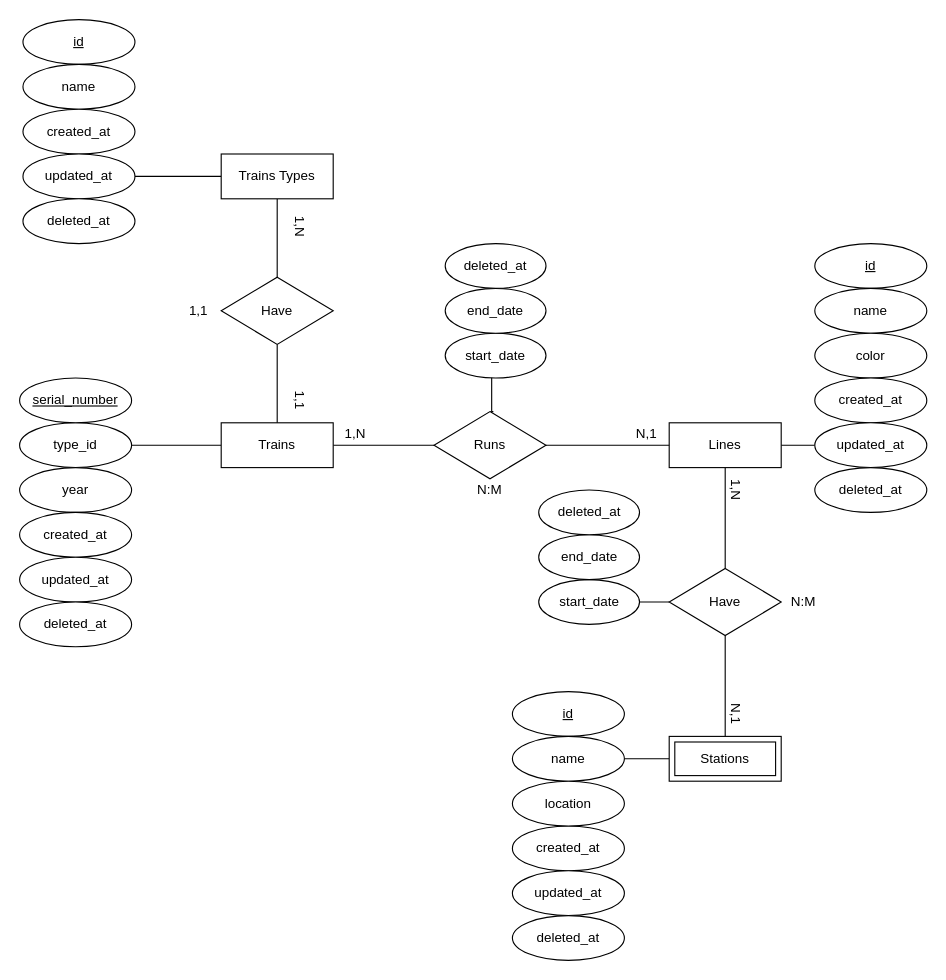
Above: docs/draw-io/diagrama-conceptual.drawio in JuanGomez31/metro-mariadb (draw.io), before the change. Source tidied: cells renumbered, new cells numbered last; positions are measured from the earlier drawing's top-left corner, leaving out a move shared by most shapes. Both pictures are drawn from the tidied source at 112%, with x=0, y=0 at pixel (19, 19).
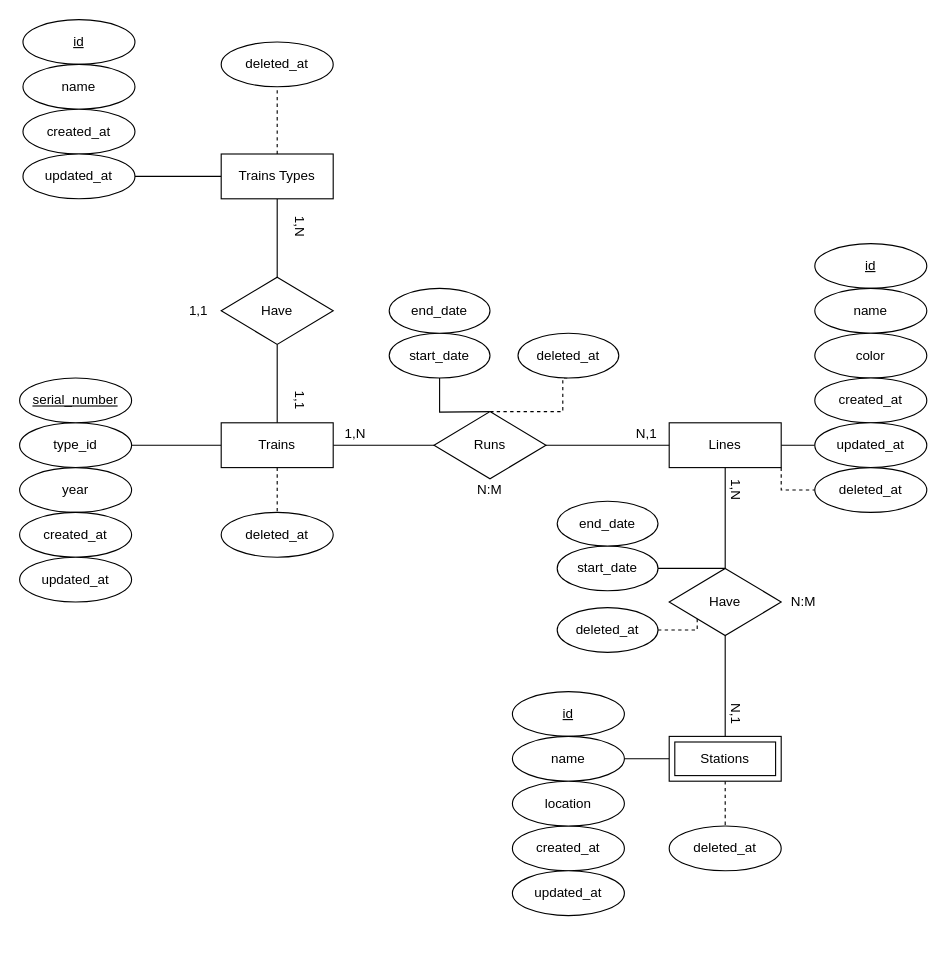
After the change.

Commit message (it also covers changes not shown here):
Diagrama conceptual actualizado deleted_at null

Unchanged cells that the change refers to:
```xml
<mxCell id="4" value="Trains" style="whiteSpace=wrap;html=1;align=center;" parent="1" vertex="1">
  <mxGeometry x="180" y="360" width="100" height="40" as="geometry" />
</mxCell>
<mxCell id="10" value="Lines" style="whiteSpace=wrap;html=1;align=center;" parent="1" vertex="1">
  <mxGeometry x="580" y="360" width="100" height="40" as="geometry" />
</mxCell>
<mxCell id="13" value="Runs" style="shape=rhombus;perimeter=rhombusPerimeter;whiteSpace=wrap;html=1;align=center;" parent="1" vertex="1">
  <mxGeometry x="370" y="350" width="100" height="60" as="geometry" />
</mxCell>
<mxCell id="27" value="Stations" style="shape=ext;margin=3;double=1;whiteSpace=wrap;html=1;align=center;" parent="1" vertex="1">
  <mxGeometry x="580" y="640" width="100" height="40" as="geometry" />
</mxCell>
<mxCell id="34" value="Have" style="shape=rhombus;perimeter=rhombusPerimeter;whiteSpace=wrap;html=1;align=center;" parent="1" vertex="1">
  <mxGeometry x="580" y="490" width="100" height="60" as="geometry" />
</mxCell>
<mxCell id="40" value="deleted_at" style="ellipse;whiteSpace=wrap;html=1;align=center;" parent="1" vertex="1">
  <mxGeometry x="710" y="400" width="100" height="40" as="geometry" />
</mxCell>
<mxCell id="44" value="Trains Types" style="whiteSpace=wrap;html=1;align=center;" parent="1" vertex="1">
  <mxGeometry x="180" y="120" width="100" height="40" as="geometry" />
</mxCell>
```

Change to the diagram source:
```diff
@@
+    <mxCell id="59" style="edgeStyle=orthogonalEdgeStyle;rounded=0;jettySize=auto;html=1;entryX=0.5;entryY=0;entryDx=0;entryDy=0;dashed=1;endArrow=none;endFill=0;" parent="1" edge="1" source="4" target="66">
+      <mxGeometry relative="1" as="geometry" />
+    </mxCell>
@@
+    <mxCell id="60" style="edgeStyle=orthogonalEdgeStyle;rounded=0;jettySize=auto;html=1;exitX=1;exitY=1;exitDx=0;exitDy=0;entryX=0;entryY=0.5;entryDx=0;entryDy=0;dashed=1;endArrow=none;endFill=0;" parent="1" edge="1" source="10" target="40">
+      <mxGeometry relative="1" as="geometry">
+        <Array as="points">
+          <mxPoint x="680" y="420" />
+        </Array>
+      </mxGeometry>
+    </mxCell>
@@
-    <mxCell id="12" style="edgeStyle=orthogonalEdgeStyle;rounded=0;orthogonalLoop=1;jettySize=auto;html=1;entryX=0.428;entryY=0.974;entryDx=0;entryDy=0;entryPerimeter=0;endArrow=none;endFill=0;" parent="1" edge="1">
+    <mxCell id="12" style="edgeStyle=orthogonalEdgeStyle;rounded=0;jettySize=auto;html=1;entryX=0.5;entryY=1;entryDx=0;entryDy=0;endArrow=none;endFill=0;" parent="1" edge="1" target="19">
       <mxGeometry relative="1" as="geometry">
         <mxPoint x="423" y="350" as="sourcePoint" />
-        <mxPoint x="421.5" y="319" as="targetPoint" />
       </mxGeometry>
     </mxCell>
+    <mxCell id="61" style="edgeStyle=orthogonalEdgeStyle;rounded=0;jettySize=auto;html=1;entryX=0.5;entryY=1;entryDx=0;entryDy=0;dashed=1;endArrow=none;endFill=0;" parent="1" edge="1" source="13" target="41">
+      <mxGeometry relative="1" as="geometry">
+        <Array as="points">
+          <mxPoint x="485" y="350" />
+        </Array>
+      </mxGeometry>
+    </mxCell>
@@
     <mxCell id="19" value="start_date" style="ellipse;whiteSpace=wrap;html=1;align=center;" parent="1" vertex="1">
-      <mxGeometry x="380" y="280" width="90" height="40" as="geometry" />
+      <mxGeometry x="330" y="280" width="90" height="40" as="geometry" />
     </mxCell>
@@
     <mxCell id="23" value="end_date" style="ellipse;whiteSpace=wrap;html=1;align=center;" parent="1" vertex="1">
-      <mxGeometry x="380" y="240" width="90" height="40" as="geometry" />
+      <mxGeometry x="330" y="240" width="90" height="40" as="geometry" />
     </mxCell>
@@
+    <mxCell id="62" style="edgeStyle=orthogonalEdgeStyle;rounded=0;jettySize=auto;html=1;exitX=0.5;exitY=1;exitDx=0;exitDy=0;entryX=0.5;entryY=0;entryDx=0;entryDy=0;dashed=1;endArrow=none;endFill=0;" parent="1" edge="1" source="27" target="39">
+      <mxGeometry relative="1" as="geometry" />
+    </mxCell>
@@
     <mxCell id="33" style="edgeStyle=orthogonalEdgeStyle;rounded=0;jettySize=auto;html=1;entryX=1;entryY=0.5;entryDx=0;entryDy=0;endArrow=none;endFill=0;" parent="1" edge="1" source="34" target="55">
-      <mxGeometry relative="1" as="geometry" />
+      <mxGeometry relative="1" as="geometry">
+        <Array as="points">
+          <mxPoint x="590" y="490" />
+          <mxPoint x="590" y="490" />
+        </Array>
+      </mxGeometry>
     </mxCell>
+    <mxCell id="63" style="edgeStyle=orthogonalEdgeStyle;rounded=0;jettySize=auto;html=1;exitX=0;exitY=1;exitDx=0;exitDy=0;entryX=1;entryY=0.5;entryDx=0;entryDy=0;dashed=1;endArrow=none;endFill=0;" parent="1" edge="1" source="34" target="57">
+      <mxGeometry relative="1" as="geometry">
+        <Array as="points">
+          <mxPoint x="605" y="545" />
+        </Array>
+      </mxGeometry>
+    </mxCell>
@@
-    <mxCell id="38" value="deleted_at" style="ellipse;whiteSpace=wrap;html=1;align=center;" parent="1" vertex="1">
-      <mxGeometry y="520" width="100" height="40" as="geometry" />
-    </mxCell>
     <mxCell id="39" value="deleted_at" style="ellipse;whiteSpace=wrap;html=1;align=center;" parent="1" vertex="1">
-      <mxGeometry x="440" y="800" width="100" height="40" as="geometry" />
+      <mxGeometry x="580" y="720" width="100" height="40" as="geometry" />
     </mxCell>
@@
     <mxCell id="41" value="deleted_at" style="ellipse;whiteSpace=wrap;html=1;align=center;" parent="1" vertex="1">
-      <mxGeometry x="380" y="200" width="90" height="40" as="geometry" />
+      <mxGeometry x="445" y="280" width="90" height="40" as="geometry" />
     </mxCell>
@@
+    <mxCell id="64" style="edgeStyle=orthogonalEdgeStyle;rounded=0;jettySize=auto;html=1;entryX=0.5;entryY=1;entryDx=0;entryDy=0;endArrow=none;endFill=0;dashed=1;" parent="1" edge="1" source="44" target="65">
+      <mxGeometry relative="1" as="geometry" />
+    </mxCell>
@@
-    <mxCell id="54" value="deleted_at" style="ellipse;whiteSpace=wrap;html=1;align=center;" parent="1" vertex="1">
-      <mxGeometry x="3" y="160" width="100" height="40" as="geometry" />
-    </mxCell>
     <mxCell id="55" value="start_date" style="ellipse;whiteSpace=wrap;html=1;align=center;" parent="1" vertex="1">
-      <mxGeometry x="463.5" y="500" width="90" height="40" as="geometry" />
+      <mxGeometry x="480" y="470" width="90" height="40" as="geometry" />
     </mxCell>
     <mxCell id="56" value="end_date" style="ellipse;whiteSpace=wrap;html=1;align=center;" parent="1" vertex="1">
-      <mxGeometry x="463.5" y="460" width="90" height="40" as="geometry" />
+      <mxGeometry x="480" y="430" width="90" height="40" as="geometry" />
     </mxCell>
     <mxCell id="57" value="deleted_at" style="ellipse;whiteSpace=wrap;html=1;align=center;" parent="1" vertex="1">
-      <mxGeometry x="463.5" y="420" width="90" height="40" as="geometry" />
+      <mxGeometry x="480" y="525" width="90" height="40" as="geometry" />
     </mxCell>
@@
+    <mxCell id="65" value="deleted_at" style="ellipse;whiteSpace=wrap;html=1;align=center;" parent="1" vertex="1">
+      <mxGeometry x="180" y="20" width="100" height="40" as="geometry" />
+    </mxCell>
+    <mxCell id="66" value="deleted_at" style="ellipse;whiteSpace=wrap;html=1;align=center;" parent="1" vertex="1">
+      <mxGeometry x="180" y="440" width="100" height="40" as="geometry" />
+    </mxCell>
```
